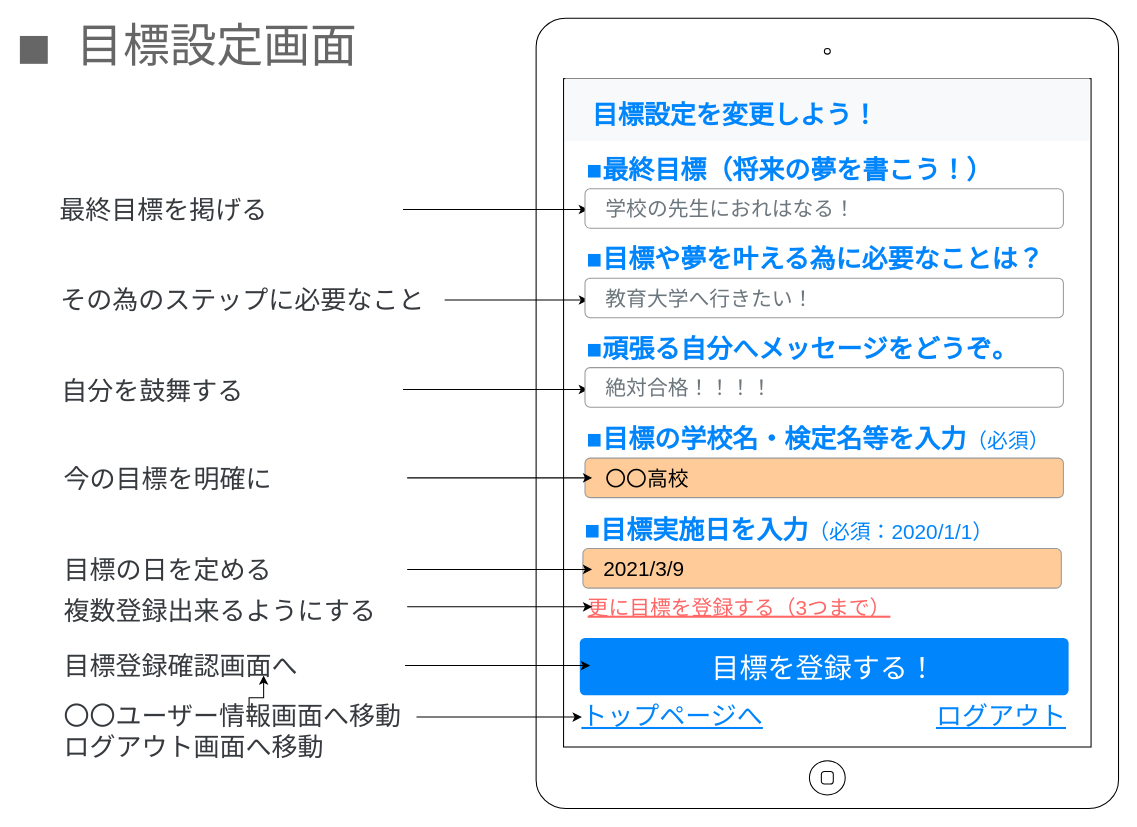
Before: page "目標設定画面" (4 of 5) of 画面設計_苦手問題克服.drawio in mitsuewatanabe/practice, a draw.io diagram. Source tidied: cells renumbered, new cells numbered last; positions are measured from the earlier drawing's top-left corner, leaving out a move shared by most shapes. Both pictures are drawn from the tidied source at 104%, with x=0, y=0 at pixel (18, 18).
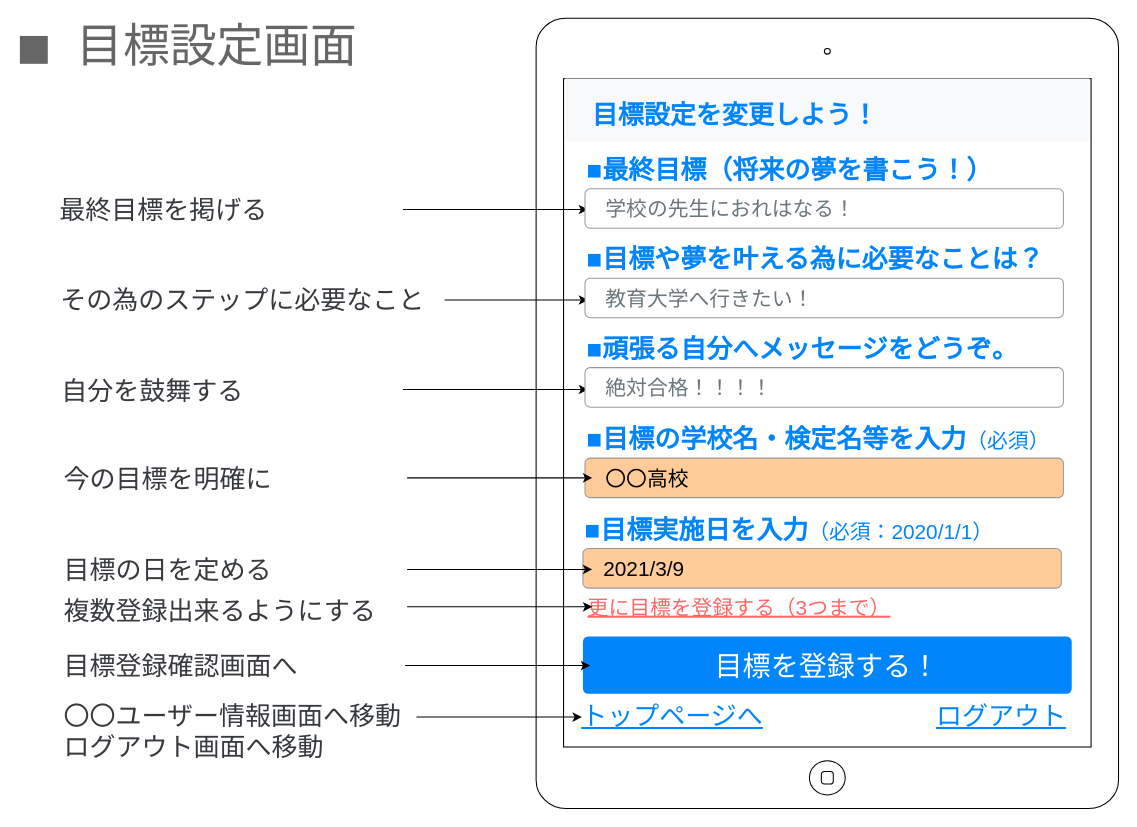
After the change.

Unchanged cells that the change refers to:
```xml
<mxCell id="11" value="目標登録確認画面へ" style="text;html=1;strokeColor=none;fillColor=none;align=left;verticalAlign=middle;whiteSpace=wrap;rounded=0;fontSize=25;fontColor=#36393D;" parent="1" vertex="1">
  <mxGeometry x="42" y="612" width="388" height="20" as="geometry" />
</mxCell>
<mxCell id="13" value="〇〇ユーザー情報画面へ移動&lt;br&gt;ログアウト画面へ移動&lt;br&gt;" style="text;html=1;strokeColor=none;fillColor=none;align=left;verticalAlign=middle;whiteSpace=wrap;rounded=0;fontSize=25;fontColor=#36393D;" parent="1" vertex="1">
  <mxGeometry x="42" y="675" width="360" height="20" as="geometry" />
</mxCell>
```

Change to the diagram source:
```diff
@@
-    <mxCell id="12" style="edgeStyle=orthogonalEdgeStyle;rounded=0;jettySize=auto;html=1;fontSize=25;fontColor=#0085FC;" parent="1" edge="1" source="13" target="11">
-      <mxGeometry relative="1" as="geometry" />
-    </mxCell>
@@
     <mxCell id="16" value="&lt;font style=&quot;font-size: 27px&quot;&gt;目標を登録する！&lt;/font&gt;" style="html=1;shadow=0;dashed=0;shape=mxgraph.bootstrap.rrect;rSize=5;strokeColor=none;strokeWidth=1;fillColor=#0085FC;fontColor=#FFFFFF;whiteSpace=wrap;align=center;verticalAlign=middle;spacingLeft=0;fontStyle=0;fontSize=30;spacing=5;" parent="1" vertex="1">
-      <mxGeometry x="540" y="596" width="470" height="55" as="geometry" />
+      <mxGeometry x="543" y="594.5" width="470" height="55" as="geometry" />
     </mxCell>
```
